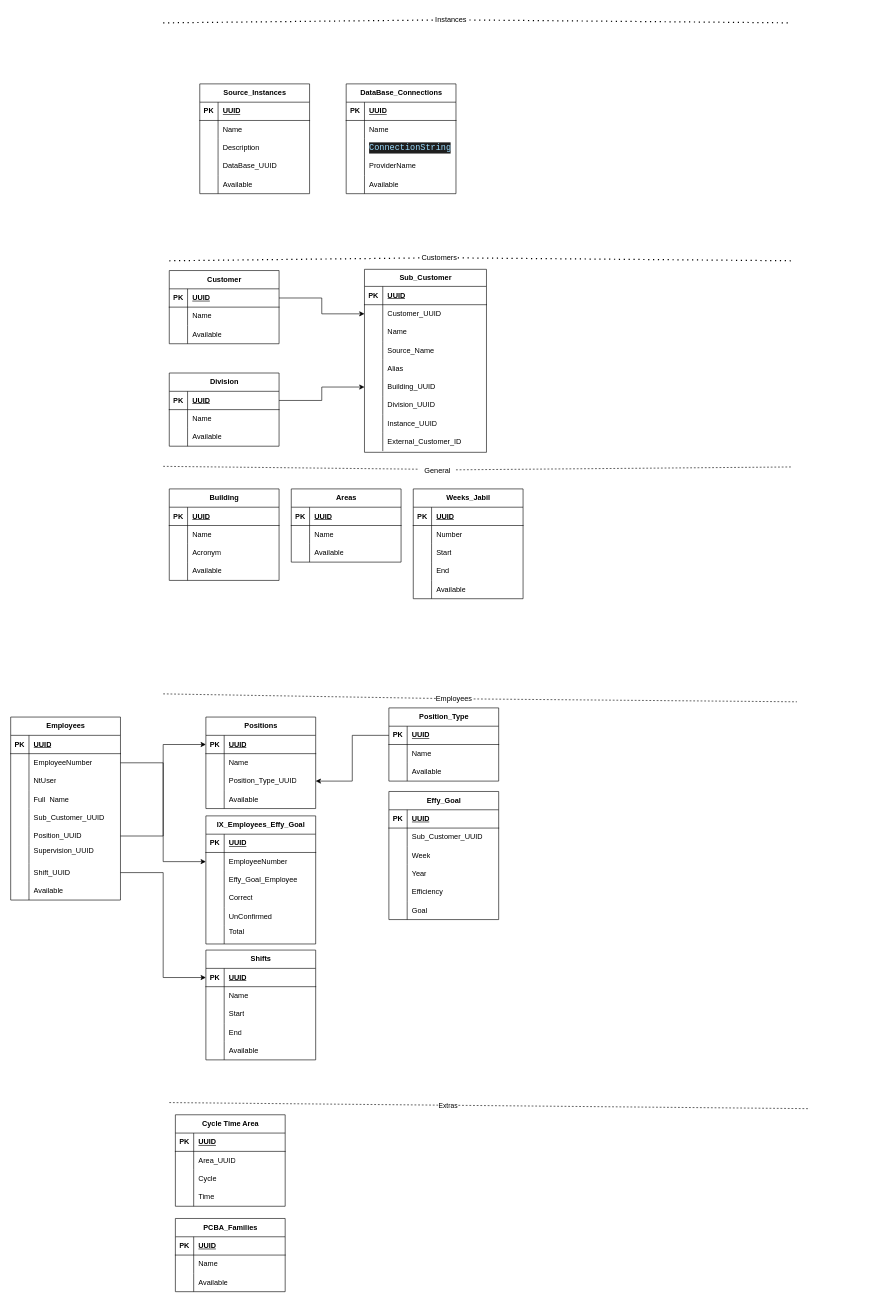
The draw.io diagram page "Modelos" (2 of 7) of Untitled Diagram.drawio in byok22/backend, before the edit. Source tidied: cells renumbered, new cells numbered last; positions are measured from the earlier drawing's top-left corner, leaving out a move shared by most shapes. Both pictures are drawn from the tidied source at 61%, with x=0, y=0 at pixel (10, 10).
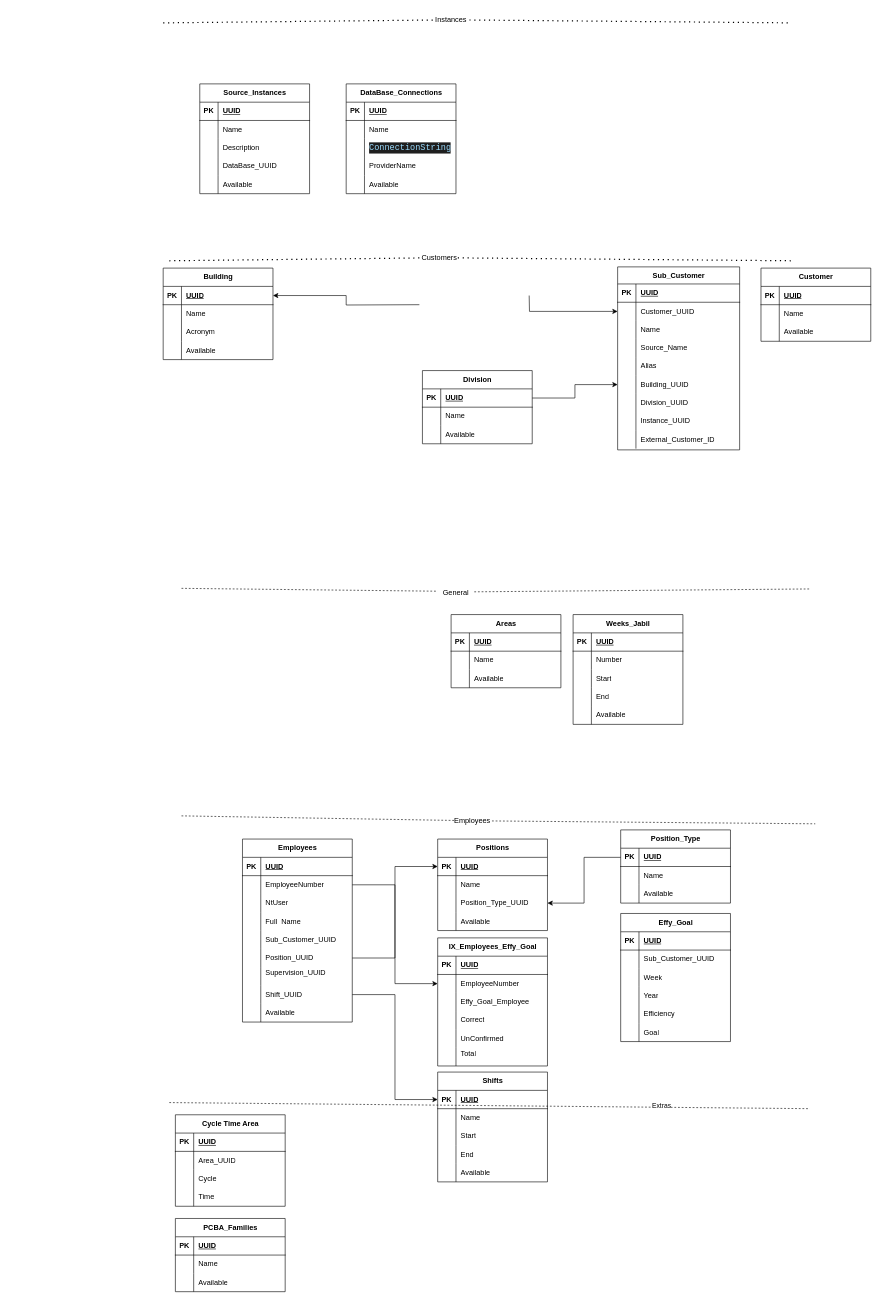
Above is the later version.

The change refers to these unchanged cells:
```xml
<mxCell id="17" style="shape=tableRow;horizontal=0;startSize=0;swimlaneHead=0;swimlaneBody=0;fillColor=none;points=[[0,0.5],[1,0.5]];portConstraint=eastwest;top=0;left=0;right=0;bottom=0;" parent="13" vertex="1">
  <mxGeometry y="58" width="200" height="30" as="geometry" />
</mxCell>
<mxCell id="42" style="shape=tableRow;horizontal=0;startSize=0;swimlaneHead=0;swimlaneBody=0;fillColor=none;points=[[0,0.5],[1,0.5]];portConstraint=eastwest;top=0;left=0;right=0;bottom=1;" parent="41" vertex="1">
  <mxGeometry y="30" width="180" height="30" as="geometry" />
</mxCell>
<mxCell id="242" style="endArrow=none;dashed=1;html=1;rounded=0;" parent="1" edge="1">
  <mxGeometry relative="1" as="geometry">
    <mxPoint x="260" y="1790" as="sourcePoint" />
    <mxPoint x="1310" y="1800" as="targetPoint" />
  </mxGeometry>
</mxCell>
```

Change to the diagram source:
```diff
@@
-    <mxCell id="2" style="edgeStyle=orthogonalEdgeStyle;rounded=0;jettySize=auto;html=1;exitX=1;exitY=0.5;exitDx=0;exitDy=0;" parent="1" edge="1" source="4" target="17">
-      <mxGeometry relative="1" as="geometry" />
+    <mxCell id="2" style="edgeStyle=orthogonalEdgeStyle;rounded=0;jettySize=auto;html=1;exitX=1;exitY=0.5;exitDx=0;exitDy=0;" parent="1" edge="1" target="17">
+      <mxGeometry relative="1" as="geometry">
+        <mxPoint x="850" y="467" as="sourcePoint" />
+      </mxGeometry>
     </mxCell>
-    <mxCell id="3" value="Customer" style="shape=table;startSize=30;childLayout=tableLayout;rowLines=0;fontStyle=1;align=center;html=1;" parent="1" vertex="1">
-      <mxGeometry x="260" y="426" width="180" height="120" as="geometry" />
-    </mxCell>
-    <mxCell id="4" style="shape=tableRow;horizontal=0;startSize=0;swimlaneHead=0;swimlaneBody=0;fillColor=none;points=[[0,0.5],[1,0.5]];portConstraint=eastwest;top=0;left=0;right=0;bottom=1;" parent="3" vertex="1">
-      <mxGeometry y="30" width="180" height="30" as="geometry" />
-    </mxCell>
-    <mxCell id="5" value="PK" style="shape=partialRectangle;fillColor=none;top=0;left=0;bottom=0;right=0;fontStyle=1;overflow=hidden;whiteSpace=wrap;html=1;" parent="4" vertex="1">
-      <mxGeometry width="30" height="30" as="geometry" />
-    </mxCell>
-    <mxCell id="6" value="UUID" style="shape=partialRectangle;fillColor=none;top=0;left=0;bottom=0;right=0;align=left;spacingLeft=6;fontStyle=5;overflow=hidden;whiteSpace=wrap;html=1;" parent="4" vertex="1">
-      <mxGeometry x="30" width="150" height="30" as="geometry" />
-    </mxCell>
-    <mxCell id="7" style="shape=tableRow;horizontal=0;startSize=0;swimlaneHead=0;swimlaneBody=0;fillColor=none;top=0;left=0;right=0;bottom=0;" parent="3" vertex="1">
-      <mxGeometry y="60" width="180" height="30" as="geometry" />
-    </mxCell>
-    <mxCell id="8" style="shape=partialRectangle;fillColor=none;top=0;left=0;bottom=0;right=0;overflow=hidden;whiteSpace=wrap;html=1;" parent="7" vertex="1">
-      <mxGeometry width="30" height="30" as="geometry" />
-    </mxCell>
-    <mxCell id="9" value="Name" style="shape=partialRectangle;fillColor=none;top=0;left=0;bottom=0;right=0;align=left;spacingLeft=6;overflow=hidden;whiteSpace=wrap;html=1;" parent="7" vertex="1">
-      <mxGeometry x="30" width="150" height="30" as="geometry" />
-    </mxCell>
-    <mxCell id="10" style="shape=tableRow;horizontal=0;startSize=0;swimlaneHead=0;swimlaneBody=0;fillColor=none;top=0;left=0;right=0;bottom=0;" parent="3" vertex="1">
-      <mxGeometry y="90" width="180" height="30" as="geometry" />
-    </mxCell>
-    <mxCell id="11" style="shape=partialRectangle;fillColor=none;top=0;left=0;bottom=0;right=0;overflow=hidden;whiteSpace=wrap;html=1;" parent="10" vertex="1">
-      <mxGeometry width="30" height="30" as="geometry" />
-    </mxCell>
-    <mxCell id="12" value="Available" style="shape=partialRectangle;fillColor=none;top=0;left=0;bottom=0;right=0;align=left;spacingLeft=6;overflow=hidden;whiteSpace=wrap;html=1;" parent="10" vertex="1">
-      <mxGeometry x="30" width="150" height="30" as="geometry" />
-    </mxCell>
+    <mxCell id="269" style="edgeStyle=orthogonalEdgeStyle;rounded=0;jettySize=auto;html=1;" parent="1" edge="1" target="42">
+      <mxGeometry relative="1" as="geometry">
+        <mxPoint x="670" y="482" as="sourcePoint" />
+      </mxGeometry>
+    </mxCell>
     <mxCell id="13" value="Sub_Customer" style="shape=table;startSize=28;childLayout=tableLayout;rowLines=0;fontStyle=1;align=center;html=1;fillColor=none;" parent="1" vertex="1">
-      <mxGeometry x="580" y="424" width="200" height="300" as="geometry" />
+      <mxGeometry x="995" y="420" width="200" height="300" as="geometry" />
     </mxCell>
@@
     <mxCell id="41" value="Building" style="shape=table;startSize=30;childLayout=tableLayout;rowLines=0;fontStyle=1;align=center;html=1;" parent="1" vertex="1">
-      <mxGeometry x="260" y="784" width="180" height="150" as="geometry" />
+      <mxGeometry x="250" y="422" width="180" height="150" as="geometry" />
     </mxCell>
@@
     <mxCell id="54" value="Shifts" style="shape=table;startSize=30;childLayout=tableLayout;rowLines=0;fontStyle=1;align=center;html=1;" parent="1" vertex="1">
-      <mxGeometry x="320" y="1540" width="180" height="180" as="geometry" />
+      <mxGeometry x="700" y="1740" width="180" height="180" as="geometry" />
     </mxCell>
@@
     <mxCell id="71" value="&lt;div&gt;Division&lt;/div&gt;" style="shape=table;startSize=30;childLayout=tableLayout;rowLines=0;fontStyle=1;align=center;html=1;" parent="1" vertex="1">
-      <mxGeometry x="260" y="594" width="180" height="120" as="geometry" />
+      <mxGeometry x="675" y="590" width="180" height="120" as="geometry" />
     </mxCell>
@@
     <mxCell id="81" value="Weeks_Jabil" style="shape=table;startSize=30;childLayout=tableLayout;rowLines=0;fontStyle=1;align=center;html=1;" parent="1" vertex="1">
-      <mxGeometry x="660" y="784" width="180" height="180" as="geometry" />
+      <mxGeometry x="922" y="990" width="180" height="180" as="geometry" />
     </mxCell>
@@
     <mxCell id="98" value="Employees" style="shape=table;startSize=30;childLayout=tableLayout;rowLines=0;fontStyle=1;align=center;html=1;" parent="1" vertex="1">
-      <mxGeometry y="1158" width="180" height="300" as="geometry" />
+      <mxGeometry x="380" y="1358" width="180" height="300" as="geometry" />
     </mxCell>
@@
     <mxCell id="126" value="Positions" style="shape=table;startSize=30;childLayout=tableLayout;rowLines=0;fontStyle=1;align=center;html=1;" parent="1" vertex="1">
-      <mxGeometry x="320" y="1158" width="180" height="150" as="geometry" />
+      <mxGeometry x="700" y="1358" width="180" height="150" as="geometry" />
     </mxCell>
@@
     <mxCell id="140" value="Position_Type" style="shape=table;startSize=30;childLayout=tableLayout;rowLines=0;fontStyle=1;align=center;html=1;" parent="1" vertex="1">
-      <mxGeometry x="620" y="1143" width="180" height="120" as="geometry" />
+      <mxGeometry x="1000" y="1343" width="180" height="120" as="geometry" />
     </mxCell>
@@
     <mxCell id="150" style="html=1;labelBackgroundColor=#ffffff;endArrow=none;endFill=0;jettySize=auto;orthogonalLoop=1;strokeWidth=1;dashed=1;fontSize=14;rounded=0;" parent="1" edge="1">
       <mxGeometry relative="1" as="geometry">
-        <mxPoint x="759" y="1128.3" as="sourcePoint" />
-        <mxPoint x="1289" y="1133" as="targetPoint" />
+        <mxPoint x="789" y="1328.3" as="sourcePoint" />
+        <mxPoint x="1319" y="1333" as="targetPoint" />
       </mxGeometry>
     </mxCell>
     <mxCell id="151" style="html=1;labelBackgroundColor=#ffffff;endArrow=none;endFill=0;jettySize=auto;orthogonalLoop=1;strokeWidth=1;dashed=1;fontSize=14;rounded=0;" parent="1" edge="1">
       <mxGeometry relative="1" as="geometry">
-        <mxPoint x="730" y="752.7" as="sourcePoint" />
-        <mxPoint x="1280" y="748" as="targetPoint" />
+        <mxPoint x="760" y="952.7" as="sourcePoint" />
+        <mxPoint x="1310" y="948" as="targetPoint" />
       </mxGeometry>
     </mxCell>
     <mxCell id="152" value="Effy_Goal" style="shape=table;startSize=30;childLayout=tableLayout;rowLines=0;fontStyle=1;align=center;html=1;" parent="1" vertex="1">
-      <mxGeometry x="620" y="1280" width="180" height="210" as="geometry" />
+      <mxGeometry x="1000" y="1480" width="180" height="210" as="geometry" />
     </mxCell>
@@
     <mxCell id="171" value="IX_Employees_Effy_Goal" style="shape=table;startSize=30;childLayout=tableLayout;rowLines=0;fontStyle=1;align=center;html=1;" parent="1" vertex="1">
-      <mxGeometry x="320" y="1320" width="180" height="210" as="geometry" />
+      <mxGeometry x="700" y="1520" width="180" height="210" as="geometry" />
     </mxCell>
@@
     <mxCell id="190" value="Areas" style="shape=table;startSize=30;childLayout=tableLayout;rowLines=0;fontStyle=1;align=center;html=1;" parent="1" vertex="1">
-      <mxGeometry x="460" y="784" width="180" height="120" as="geometry" />
+      <mxGeometry x="722" y="990" width="180" height="120" as="geometry" />
     </mxCell>
@@
     <mxCell id="200" style="html=1;labelBackgroundColor=#ffffff;endArrow=none;endFill=0;jettySize=auto;orthogonalLoop=1;strokeWidth=1;dashed=1;fontSize=14;rounded=0;" parent="1" edge="1">
       <mxGeometry relative="1" as="geometry">
-        <mxPoint x="250" y="747" as="sourcePoint" />
-        <mxPoint x="670" y="751.7" as="targetPoint" />
+        <mxPoint x="280" y="947" as="sourcePoint" />
+        <mxPoint x="700" y="951.7" as="targetPoint" />
       </mxGeometry>
     </mxCell>
     <mxCell id="201" value="General" style="text;html=1;align=center;verticalAlign=middle;whiteSpace=wrap;rounded=0;" parent="1" vertex="1">
-      <mxGeometry x="670" y="740" width="60" height="30" as="geometry" />
+      <mxGeometry x="700" y="940" width="60" height="30" as="geometry" />
     </mxCell>
     <mxCell id="202" style="html=1;labelBackgroundColor=#ffffff;endArrow=none;endFill=0;jettySize=auto;strokeWidth=1;dashed=1;fontSize=14;rounded=0;" parent="1" edge="1" target="203">
       <mxGeometry relative="1" as="geometry">
-        <mxPoint x="250" y="1120" as="sourcePoint" />
+        <mxPoint x="280" y="1320" as="sourcePoint" />
       </mxGeometry>
     </mxCell>
     <mxCell id="203" value="Employees" style="text;html=1;align=center;verticalAlign=middle;whiteSpace=wrap;rounded=0;" parent="1" vertex="1">
-      <mxGeometry x="697" y="1113" width="60" height="30" as="geometry" />
+      <mxGeometry x="727" y="1313" width="60" height="30" as="geometry" />
     </mxCell>
@@
     <mxCell id="243" value="Extras" style="edgeLabel;html=1;align=center;verticalAlign=middle;" parent="242" vertex="1">
-      <mxGeometry x="-0.13" relative="1" as="geometry" />
+      <mxGeometry x="-0.13" relative="1" as="geometry">
+        <mxPoint x="350" as="offset" />
+      </mxGeometry>
     </mxCell>
@@
+    <mxCell id="3" value="Customer" style="shape=table;startSize=30;childLayout=tableLayout;rowLines=0;fontStyle=1;align=center;html=1;" parent="1" vertex="1">
+      <mxGeometry x="1230" y="422" width="180" height="120" as="geometry" />
+    </mxCell>
+    <mxCell id="4" style="shape=tableRow;horizontal=0;startSize=0;swimlaneHead=0;swimlaneBody=0;fillColor=none;points=[[0,0.5],[1,0.5]];portConstraint=eastwest;top=0;left=0;right=0;bottom=1;" parent="3" vertex="1">
+      <mxGeometry y="30" width="180" height="30" as="geometry" />
+    </mxCell>
+    <mxCell id="5" value="PK" style="shape=partialRectangle;fillColor=none;top=0;left=0;bottom=0;right=0;fontStyle=1;overflow=hidden;whiteSpace=wrap;html=1;" parent="4" vertex="1">
+      <mxGeometry width="30" height="30" as="geometry" />
+    </mxCell>
+    <mxCell id="6" value="UUID" style="shape=partialRectangle;fillColor=none;top=0;left=0;bottom=0;right=0;align=left;spacingLeft=6;fontStyle=5;overflow=hidden;whiteSpace=wrap;html=1;" parent="4" vertex="1">
+      <mxGeometry x="30" width="150" height="30" as="geometry" />
+    </mxCell>
+    <mxCell id="7" style="shape=tableRow;horizontal=0;startSize=0;swimlaneHead=0;swimlaneBody=0;fillColor=none;top=0;left=0;right=0;bottom=0;" parent="3" vertex="1">
+      <mxGeometry y="60" width="180" height="30" as="geometry" />
+    </mxCell>
+    <mxCell id="270" style="shape=partialRectangle;fillColor=none;top=0;left=0;bottom=0;right=0;overflow=hidden;whiteSpace=wrap;html=1;" parent="7" vertex="1">
+      <mxGeometry width="30" height="30" as="geometry" />
+    </mxCell>
+    <mxCell id="9" value="Name" style="shape=partialRectangle;fillColor=none;top=0;left=0;bottom=0;right=0;align=left;spacingLeft=6;overflow=hidden;whiteSpace=wrap;html=1;" parent="7" vertex="1">
+      <mxGeometry x="30" width="150" height="30" as="geometry" />
+    </mxCell>
+    <mxCell id="10" style="shape=tableRow;horizontal=0;startSize=0;swimlaneHead=0;swimlaneBody=0;fillColor=none;top=0;left=0;right=0;bottom=0;" parent="3" vertex="1">
+      <mxGeometry y="90" width="180" height="30" as="geometry" />
+    </mxCell>
+    <mxCell id="271" style="shape=partialRectangle;fillColor=none;top=0;left=0;bottom=0;right=0;overflow=hidden;whiteSpace=wrap;html=1;" parent="10" vertex="1">
+      <mxGeometry width="30" height="30" as="geometry" />
+    </mxCell>
+    <mxCell id="12" value="Available" style="shape=partialRectangle;fillColor=none;top=0;left=0;bottom=0;right=0;align=left;spacingLeft=6;overflow=hidden;whiteSpace=wrap;html=1;" parent="10" vertex="1">
+      <mxGeometry x="30" width="150" height="30" as="geometry" />
+    </mxCell>
```
